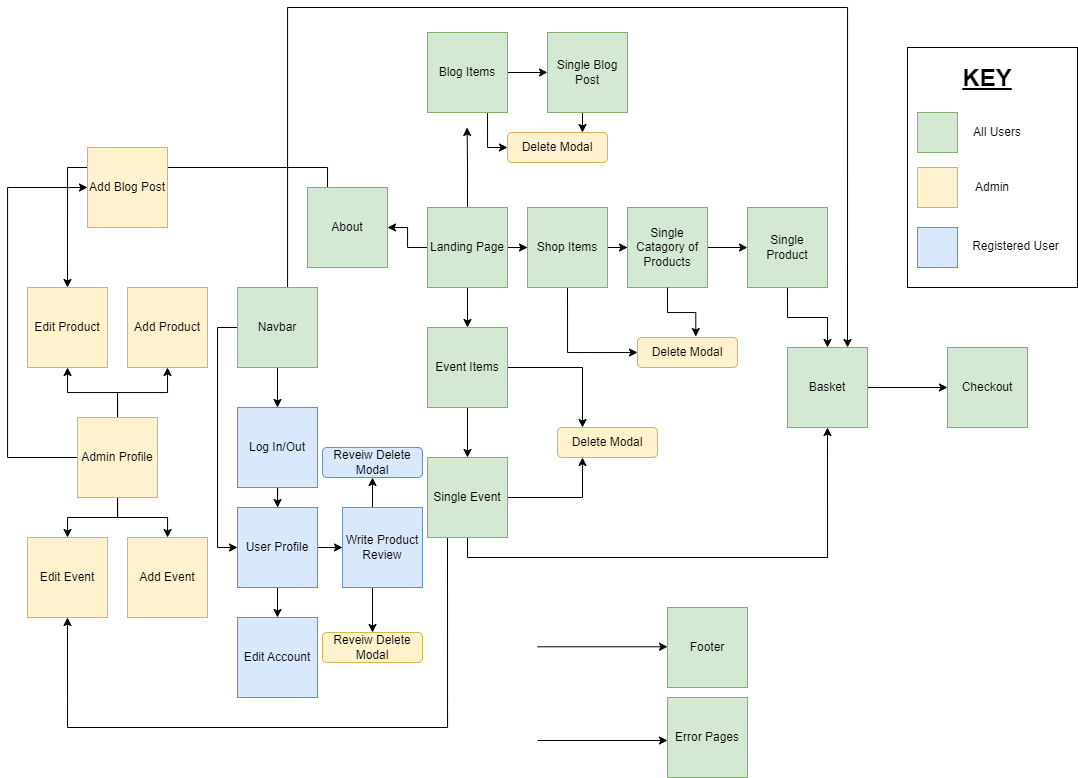
Before: documentation/design/site-flow-chart.drawio.png, a diagram exported from draw.io (kosamad/the-meadow-project). Source tidied: cells renumbered, new cells last; positions are measured from the earlier drawing's top-left corner, leaving out a move shared by most shapes. Its diagram source:
```xml
<mxGraphModel>
  <root>
    <mxCell id="0" />
    <mxCell id="1" parent="0" />
    <mxCell id="2" style="edgeStyle=orthogonalEdgeStyle;rounded=0;jettySize=auto;html=1;" parent="1" edge="1" source="6" target="9">
      <mxGeometry relative="1" as="geometry" />
    </mxCell>
    <mxCell id="3" style="edgeStyle=orthogonalEdgeStyle;rounded=0;jettySize=auto;html=1;exitX=1;exitY=0.5;exitDx=0;exitDy=0;" parent="1" edge="1" source="6" target="12">
      <mxGeometry relative="1" as="geometry" />
    </mxCell>
    <mxCell id="4" style="edgeStyle=orthogonalEdgeStyle;rounded=0;jettySize=auto;html=1;exitX=0.5;exitY=0;exitDx=0;exitDy=0;" parent="1" edge="1" source="6">
      <mxGeometry relative="1" as="geometry">
        <mxPoint x="459.6" y="120" as="targetPoint" />
      </mxGeometry>
    </mxCell>
    <mxCell id="5" style="edgeStyle=orthogonalEdgeStyle;rounded=0;jettySize=auto;html=1;entryX=1;entryY=0.5;entryDx=0;entryDy=0;" parent="1" edge="1" source="6" target="64">
      <mxGeometry relative="1" as="geometry" />
    </mxCell>
    <mxCell id="6" value="Landing Page" style="whiteSpace=wrap;html=1;fillColor=#d5e8d4;strokeColor=#82b366;" parent="1" vertex="1">
      <mxGeometry x="420" y="200" width="80" height="80" as="geometry" />
    </mxCell>
    <mxCell id="7" style="edgeStyle=orthogonalEdgeStyle;rounded=0;jettySize=auto;html=1;exitX=0.5;exitY=1;exitDx=0;exitDy=0;entryX=0.5;entryY=0;entryDx=0;entryDy=0;" parent="1" edge="1" source="9" target="21">
      <mxGeometry relative="1" as="geometry" />
    </mxCell>
    <mxCell id="8" style="edgeStyle=orthogonalEdgeStyle;rounded=0;jettySize=auto;html=1;entryX=0.25;entryY=0;entryDx=0;entryDy=0;" parent="1" edge="1" source="9" target="22">
      <mxGeometry relative="1" as="geometry" />
    </mxCell>
    <mxCell id="9" value="Event Items" style="whiteSpace=wrap;html=1;fillColor=#d5e8d4;strokeColor=#82b366;" parent="1" vertex="1">
      <mxGeometry x="420" y="320" width="80" height="80" as="geometry" />
    </mxCell>
    <mxCell id="10" style="edgeStyle=orthogonalEdgeStyle;rounded=0;jettySize=auto;html=1;exitX=1;exitY=0.5;exitDx=0;exitDy=0;" parent="1" edge="1" source="12" target="15">
      <mxGeometry relative="1" as="geometry" />
    </mxCell>
    <mxCell id="11" style="edgeStyle=orthogonalEdgeStyle;rounded=0;jettySize=auto;html=1;exitX=0.5;exitY=1;exitDx=0;exitDy=0;entryX=0;entryY=0.5;entryDx=0;entryDy=0;" parent="1" edge="1" source="12" target="16">
      <mxGeometry relative="1" as="geometry" />
    </mxCell>
    <mxCell id="12" value="Shop Items" style="whiteSpace=wrap;html=1;fillColor=#d5e8d4;strokeColor=#82b366;" parent="1" vertex="1">
      <mxGeometry x="520" y="200" width="80" height="80" as="geometry" />
    </mxCell>
    <mxCell id="13" style="edgeStyle=orthogonalEdgeStyle;rounded=0;jettySize=auto;html=1;exitX=1;exitY=0.5;exitDx=0;exitDy=0;entryX=0;entryY=0.5;entryDx=0;entryDy=0;" parent="1" edge="1" source="15" target="36">
      <mxGeometry relative="1" as="geometry" />
    </mxCell>
    <mxCell id="14" style="edgeStyle=orthogonalEdgeStyle;rounded=0;jettySize=auto;html=1;exitX=0.25;exitY=0;exitDx=0;exitDy=0;entryX=0.5;entryY=0;entryDx=0;entryDy=0;" parent="1" edge="1" source="64" target="47">
      <mxGeometry relative="1" as="geometry" />
    </mxCell>
    <mxCell id="15" value="Single Catagory of Products" style="whiteSpace=wrap;html=1;fillColor=#d5e8d4;strokeColor=#82b366;" parent="1" vertex="1">
      <mxGeometry x="620" y="200" width="80" height="80" as="geometry" />
    </mxCell>
    <mxCell id="16" value="Delete Modal" style="rounded=1;whiteSpace=wrap;html=1;fillColor=#fff2cc;strokeColor=#d6b656;" parent="1" vertex="1">
      <mxGeometry x="630" y="330" width="100" height="30" as="geometry" />
    </mxCell>
    <mxCell id="17" style="edgeStyle=orthogonalEdgeStyle;rounded=0;jettySize=auto;html=1;exitX=0.5;exitY=1;exitDx=0;exitDy=0;entryX=0.583;entryY=-0.033;entryDx=0;entryDy=0;entryPerimeter=0;" parent="1" edge="1" source="15" target="16">
      <mxGeometry relative="1" as="geometry" />
    </mxCell>
    <mxCell id="18" style="edgeStyle=orthogonalEdgeStyle;rounded=0;jettySize=auto;html=1;exitX=1;exitY=0.5;exitDx=0;exitDy=0;entryX=0.25;entryY=1;entryDx=0;entryDy=0;" parent="1" edge="1" source="21" target="22">
      <mxGeometry relative="1" as="geometry" />
    </mxCell>
    <mxCell id="19" style="edgeStyle=orthogonalEdgeStyle;rounded=0;jettySize=auto;html=1;exitX=0.5;exitY=1;exitDx=0;exitDy=0;entryX=0.5;entryY=1;entryDx=0;entryDy=0;" parent="1" edge="1" source="21" target="24">
      <mxGeometry relative="1" as="geometry" />
    </mxCell>
    <mxCell id="20" style="edgeStyle=orthogonalEdgeStyle;rounded=0;jettySize=auto;html=1;exitX=0.25;exitY=1;exitDx=0;exitDy=0;entryX=0.5;entryY=1;entryDx=0;entryDy=0;" parent="1" edge="1" source="21" target="55">
      <mxGeometry relative="1" as="geometry">
        <Array as="points">
          <mxPoint x="440" y="720" />
          <mxPoint x="60" y="720" />
        </Array>
      </mxGeometry>
    </mxCell>
    <mxCell id="21" value="Single Event" style="whiteSpace=wrap;html=1;fillColor=#d5e8d4;strokeColor=#82b366;" parent="1" vertex="1">
      <mxGeometry x="420" y="450" width="80" height="80" as="geometry" />
    </mxCell>
    <mxCell id="22" value="Delete Modal" style="rounded=1;whiteSpace=wrap;html=1;fillColor=#fff2cc;strokeColor=#d6b656;" parent="1" vertex="1">
      <mxGeometry x="550" y="420" width="100" height="30" as="geometry" />
    </mxCell>
    <mxCell id="23" style="edgeStyle=orthogonalEdgeStyle;rounded=0;jettySize=auto;html=1;entryX=0;entryY=0.5;entryDx=0;entryDy=0;" parent="1" edge="1" source="24" target="25">
      <mxGeometry relative="1" as="geometry" />
    </mxCell>
    <mxCell id="24" value="Basket" style="whiteSpace=wrap;html=1;fillColor=#d5e8d4;strokeColor=#82b366;" parent="1" vertex="1">
      <mxGeometry x="780" y="340" width="80" height="80" as="geometry" />
    </mxCell>
    <mxCell id="25" value="Checkout" style="whiteSpace=wrap;html=1;fillColor=#d5e8d4;strokeColor=#82b366;" parent="1" vertex="1">
      <mxGeometry x="940" y="340" width="80" height="80" as="geometry" />
    </mxCell>
    <mxCell id="26" style="edgeStyle=orthogonalEdgeStyle;rounded=0;jettySize=auto;html=1;entryX=0.5;entryY=1;entryDx=0;entryDy=0;" parent="1" edge="1" source="28" target="63">
      <mxGeometry relative="1" as="geometry">
        <Array as="points">
          <mxPoint x="365" y="520" />
          <mxPoint x="365" y="520" />
        </Array>
      </mxGeometry>
    </mxCell>
    <mxCell id="27" style="edgeStyle=orthogonalEdgeStyle;rounded=0;jettySize=auto;html=1;entryX=0.5;entryY=0;entryDx=0;entryDy=0;" parent="1" edge="1" source="28" target="62">
      <mxGeometry relative="1" as="geometry">
        <Array as="points">
          <mxPoint x="365" y="620" />
          <mxPoint x="365" y="620" />
        </Array>
      </mxGeometry>
    </mxCell>
    <mxCell id="28" value="Write Product Review" style="whiteSpace=wrap;html=1;fillColor=#dae8fc;strokeColor=#6c8ebf;" parent="1" vertex="1">
      <mxGeometry x="335" y="500" width="80" height="80" as="geometry" />
    </mxCell>
    <mxCell id="29" style="edgeStyle=orthogonalEdgeStyle;rounded=0;jettySize=auto;html=1;exitX=1;exitY=0.5;exitDx=0;exitDy=0;entryX=0;entryY=0.5;entryDx=0;entryDy=0;" parent="1" edge="1" source="31" target="33">
      <mxGeometry relative="1" as="geometry" />
    </mxCell>
    <mxCell id="30" style="edgeStyle=orthogonalEdgeStyle;rounded=0;jettySize=auto;html=1;exitX=0.75;exitY=1;exitDx=0;exitDy=0;entryX=0;entryY=0.5;entryDx=0;entryDy=0;" parent="1" edge="1" source="31" target="34">
      <mxGeometry relative="1" as="geometry" />
    </mxCell>
    <mxCell id="31" value="Blog Items" style="whiteSpace=wrap;html=1;fillColor=#d5e8d4;strokeColor=#82b366;" parent="1" vertex="1">
      <mxGeometry x="420" y="25" width="80" height="80" as="geometry" />
    </mxCell>
    <mxCell id="32" style="edgeStyle=orthogonalEdgeStyle;rounded=0;jettySize=auto;html=1;exitX=0.5;exitY=1;exitDx=0;exitDy=0;entryX=0.75;entryY=0;entryDx=0;entryDy=0;" parent="1" edge="1" source="33" target="34">
      <mxGeometry relative="1" as="geometry" />
    </mxCell>
    <mxCell id="33" value="Single Blog Post" style="whiteSpace=wrap;html=1;fillColor=#d5e8d4;strokeColor=#82b366;" parent="1" vertex="1">
      <mxGeometry x="540" y="25" width="80" height="80" as="geometry" />
    </mxCell>
    <mxCell id="34" value="Delete Modal" style="rounded=1;whiteSpace=wrap;html=1;fillColor=#fff2cc;strokeColor=#d6b656;" parent="1" vertex="1">
      <mxGeometry x="500" y="125" width="100" height="30" as="geometry" />
    </mxCell>
    <mxCell id="35" style="edgeStyle=orthogonalEdgeStyle;rounded=0;jettySize=auto;html=1;exitX=0.5;exitY=1;exitDx=0;exitDy=0;entryX=0.5;entryY=0;entryDx=0;entryDy=0;" parent="1" edge="1" source="36" target="24">
      <mxGeometry relative="1" as="geometry" />
    </mxCell>
    <mxCell id="36" value="Single Product" style="whiteSpace=wrap;html=1;fillColor=#d5e8d4;strokeColor=#82b366;" parent="1" vertex="1">
      <mxGeometry x="740" y="200" width="80" height="80" as="geometry" />
    </mxCell>
    <mxCell id="37" style="edgeStyle=orthogonalEdgeStyle;rounded=0;jettySize=auto;html=1;exitX=0.5;exitY=1;exitDx=0;exitDy=0;entryX=0.5;entryY=0;entryDx=0;entryDy=0;" parent="1" edge="1" source="40" target="42">
      <mxGeometry relative="1" as="geometry" />
    </mxCell>
    <mxCell id="38" style="edgeStyle=orthogonalEdgeStyle;rounded=0;jettySize=auto;html=1;exitX=0;exitY=0.5;exitDx=0;exitDy=0;entryX=0;entryY=0.5;entryDx=0;entryDy=0;" parent="1" edge="1" source="40" target="45">
      <mxGeometry relative="1" as="geometry" />
    </mxCell>
    <mxCell id="39" style="edgeStyle=orthogonalEdgeStyle;rounded=0;jettySize=auto;html=1;exitX=0.5;exitY=0;exitDx=0;exitDy=0;entryX=0.75;entryY=0;entryDx=0;entryDy=0;" parent="1" edge="1" source="40" target="24">
      <mxGeometry relative="1" as="geometry">
        <Array as="points">
          <mxPoint x="280" y="280" />
          <mxPoint x="280" />
          <mxPoint x="840" />
        </Array>
      </mxGeometry>
    </mxCell>
    <mxCell id="40" value="Navbar" style="whiteSpace=wrap;html=1;fillColor=#d5e8d4;strokeColor=#82b366;" parent="1" vertex="1">
      <mxGeometry x="230" y="280" width="80" height="80" as="geometry" />
    </mxCell>
    <mxCell id="41" style="edgeStyle=orthogonalEdgeStyle;rounded=0;jettySize=auto;html=1;exitX=0.5;exitY=1;exitDx=0;exitDy=0;" parent="1" edge="1" source="42" target="45">
      <mxGeometry relative="1" as="geometry" />
    </mxCell>
    <mxCell id="42" value="Log In/Out" style="whiteSpace=wrap;html=1;fillColor=#dae8fc;strokeColor=#6c8ebf;" parent="1" vertex="1">
      <mxGeometry x="230" y="400" width="80" height="80" as="geometry" />
    </mxCell>
    <mxCell id="43" style="edgeStyle=orthogonalEdgeStyle;rounded=0;jettySize=auto;html=1;exitX=0.5;exitY=1;exitDx=0;exitDy=0;entryX=0.5;entryY=0;entryDx=0;entryDy=0;" parent="1" edge="1" source="45" target="46">
      <mxGeometry relative="1" as="geometry" />
    </mxCell>
    <mxCell id="44" style="edgeStyle=orthogonalEdgeStyle;rounded=0;jettySize=auto;html=1;entryX=0;entryY=0.5;entryDx=0;entryDy=0;" parent="1" edge="1" source="45" target="28">
      <mxGeometry relative="1" as="geometry" />
    </mxCell>
    <mxCell id="45" value="User Profile" style="whiteSpace=wrap;html=1;fillColor=#dae8fc;strokeColor=#6c8ebf;" parent="1" vertex="1">
      <mxGeometry x="230" y="500" width="80" height="80" as="geometry" />
    </mxCell>
    <mxCell id="46" value="Edit Account" style="whiteSpace=wrap;html=1;fillColor=#dae8fc;strokeColor=#6c8ebf;" parent="1" vertex="1">
      <mxGeometry x="230" y="610" width="80" height="80" as="geometry" />
    </mxCell>
    <mxCell id="47" value="Edit Product" style="whiteSpace=wrap;html=1;fillColor=#fff2cc;strokeColor=#d6b656;" parent="1" vertex="1">
      <mxGeometry x="20" y="280" width="80" height="80" as="geometry" />
    </mxCell>
    <mxCell id="48" style="edgeStyle=orthogonalEdgeStyle;rounded=0;jettySize=auto;html=1;" parent="1" edge="1" source="53" target="47">
      <mxGeometry relative="1" as="geometry" />
    </mxCell>
    <mxCell id="49" style="edgeStyle=orthogonalEdgeStyle;rounded=0;jettySize=auto;html=1;" parent="1" edge="1" source="53" target="54">
      <mxGeometry relative="1" as="geometry" />
    </mxCell>
    <mxCell id="50" style="edgeStyle=orthogonalEdgeStyle;rounded=0;jettySize=auto;html=1;entryX=0.5;entryY=0;entryDx=0;entryDy=0;" parent="1" edge="1" source="53" target="55">
      <mxGeometry relative="1" as="geometry" />
    </mxCell>
    <mxCell id="51" style="edgeStyle=orthogonalEdgeStyle;rounded=0;jettySize=auto;html=1;entryX=0.5;entryY=1;entryDx=0;entryDy=0;" parent="1" edge="1" source="53" target="56">
      <mxGeometry relative="1" as="geometry" />
    </mxCell>
    <mxCell id="52" style="edgeStyle=orthogonalEdgeStyle;rounded=0;jettySize=auto;html=1;entryX=0;entryY=0.5;entryDx=0;entryDy=0;" parent="1" edge="1" source="53" target="57">
      <mxGeometry relative="1" as="geometry">
        <Array as="points">
          <mxPoint y="450" />
          <mxPoint y="180" />
        </Array>
      </mxGeometry>
    </mxCell>
    <mxCell id="53" value="Admin Profile" style="whiteSpace=wrap;html=1;fillColor=#fff2cc;strokeColor=#d6b656;" parent="1" vertex="1">
      <mxGeometry x="70" y="410" width="80" height="80" as="geometry" />
    </mxCell>
    <mxCell id="54" value="Add Event" style="whiteSpace=wrap;html=1;fillColor=#fff2cc;strokeColor=#d6b656;" parent="1" vertex="1">
      <mxGeometry x="120" y="530" width="80" height="80" as="geometry" />
    </mxCell>
    <mxCell id="55" value="Edit Event" style="whiteSpace=wrap;html=1;fillColor=#fff2cc;strokeColor=#d6b656;" parent="1" vertex="1">
      <mxGeometry x="20" y="530" width="80" height="80" as="geometry" />
    </mxCell>
    <mxCell id="56" value="Add Product" style="whiteSpace=wrap;html=1;fillColor=#fff2cc;strokeColor=#d6b656;" parent="1" vertex="1">
      <mxGeometry x="120" y="280" width="80" height="80" as="geometry" />
    </mxCell>
    <mxCell id="57" value="Add Blog Post" style="whiteSpace=wrap;html=1;fillColor=#fff2cc;strokeColor=#d6b656;" parent="1" vertex="1">
      <mxGeometry x="80" y="140" width="80" height="80" as="geometry" />
    </mxCell>
    <mxCell id="58" value="Footer" style="whiteSpace=wrap;html=1;fillColor=#d5e8d4;strokeColor=#82b366;" parent="1" vertex="1">
      <mxGeometry x="660" y="600" width="80" height="80" as="geometry" />
    </mxCell>
    <mxCell id="59" value="Error Pages" style="whiteSpace=wrap;html=1;fillColor=#d5e8d4;strokeColor=#82b366;" parent="1" vertex="1">
      <mxGeometry x="660" y="690" width="80" height="80" as="geometry" />
    </mxCell>
    <mxCell id="60" style="endArrow=classic;html=1;rounded=0;" parent="1" edge="1">
      <mxGeometry relative="1" as="geometry">
        <mxPoint x="530" y="733" as="sourcePoint" />
        <mxPoint x="660" y="733" as="targetPoint" />
      </mxGeometry>
    </mxCell>
    <mxCell id="61" style="endArrow=classic;html=1;rounded=0;" parent="1" edge="1">
      <mxGeometry relative="1" as="geometry">
        <mxPoint x="530" y="639.3" as="sourcePoint" />
        <mxPoint x="660" y="639.3" as="targetPoint" />
      </mxGeometry>
    </mxCell>
    <mxCell id="62" value="Reveiw Delete Modal" style="rounded=1;whiteSpace=wrap;html=1;fillColor=#fff2cc;strokeColor=#d6b656;" parent="1" vertex="1">
      <mxGeometry x="315" y="625" width="100" height="30" as="geometry" />
    </mxCell>
    <mxCell id="63" value="Reveiw Delete Modal" style="rounded=1;whiteSpace=wrap;html=1;fillColor=#dae8fc;strokeColor=#6c8ebf;" parent="1" vertex="1">
      <mxGeometry x="315" y="440" width="100" height="30" as="geometry" />
    </mxCell>
    <mxCell id="64" value="About" style="whiteSpace=wrap;html=1;fillColor=#d5e8d4;strokeColor=#82b366;" parent="1" vertex="1">
      <mxGeometry x="300" y="180" width="80" height="80" as="geometry" />
    </mxCell>
    <mxCell id="65" value="&lt;h1 style=&quot;&quot;&gt;&lt;br&gt;&lt;/h1&gt;" style="rounded=0;whiteSpace=wrap;html=1;" parent="1" vertex="1">
      <mxGeometry x="900" y="40" width="170" height="240" as="geometry" />
    </mxCell>
    <mxCell id="66" style="whiteSpace=wrap;html=1;fillColor=#fff2cc;strokeColor=#d6b656;" parent="1" vertex="1">
      <mxGeometry x="910" y="160" width="40" height="40" as="geometry" />
    </mxCell>
    <mxCell id="67" value="Admin" style="text;html=1;align=center;verticalAlign=middle;whiteSpace=wrap;rounded=0;" parent="1" vertex="1">
      <mxGeometry x="955" y="165" width="60" height="30" as="geometry" />
    </mxCell>
    <mxCell id="68" value="&lt;h1 style=&quot;margin-top: 0px;&quot;&gt;&lt;u&gt;KEY&lt;/u&gt;&lt;/h1&gt;" style="text;html=1;whiteSpace=wrap;overflow=hidden;rounded=0;align=center;" parent="1" vertex="1">
      <mxGeometry x="895" y="50" width="170" height="120" as="geometry" />
    </mxCell>
    <mxCell id="69" style="whiteSpace=wrap;html=1;fillColor=#d5e8d4;strokeColor=#82b366;" parent="1" vertex="1">
      <mxGeometry x="910" y="105" width="40" height="40" as="geometry" />
    </mxCell>
    <mxCell id="70" value="All Users" style="text;html=1;align=center;verticalAlign=middle;whiteSpace=wrap;rounded=0;" parent="1" vertex="1">
      <mxGeometry x="960" y="110" width="60" height="30" as="geometry" />
    </mxCell>
    <mxCell id="71" style="whiteSpace=wrap;html=1;fillColor=#dae8fc;strokeColor=#6c8ebf;" parent="1" vertex="1">
      <mxGeometry x="910" y="220" width="40" height="40" as="geometry" />
    </mxCell>
    <mxCell id="72" value="Registered User" style="text;html=1;align=center;verticalAlign=middle;whiteSpace=wrap;rounded=0;" parent="1" vertex="1">
      <mxGeometry x="957" y="224" width="103" height="30" as="geometry" />
    </mxCell>
  </root>
</mxGraphModel>
```
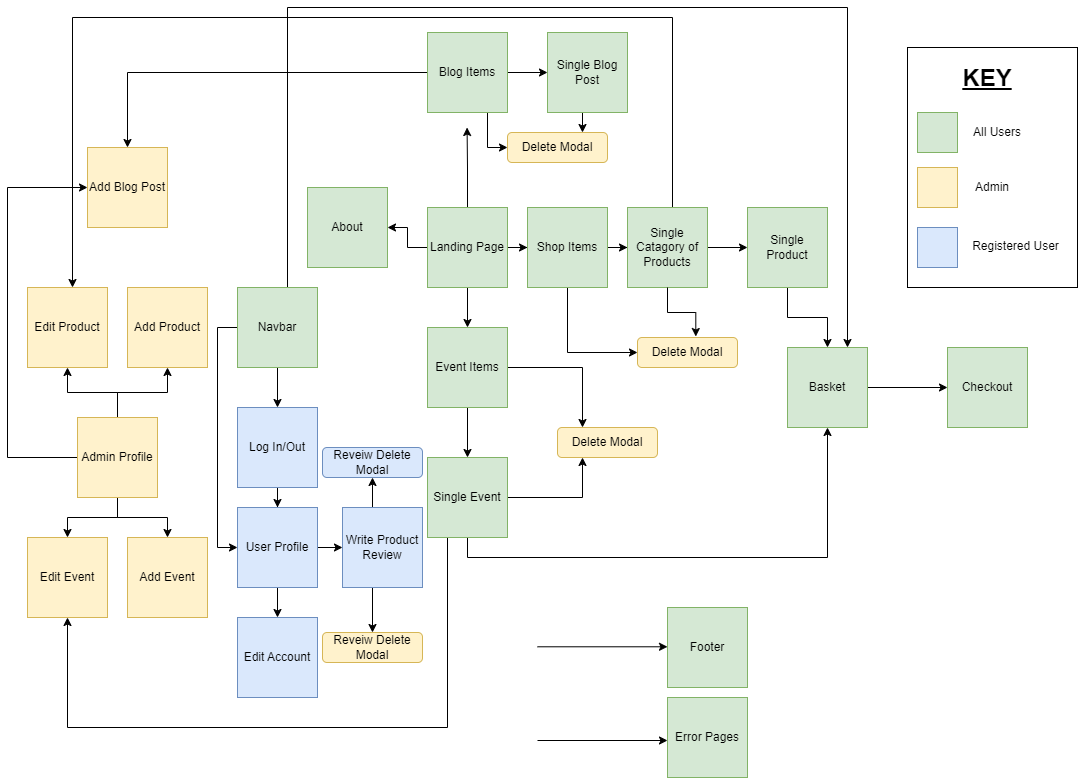
Above is the later version.

What changed in the source:
```diff
@@ -40,9 +40,16 @@
     <mxCell id="13" style="edgeStyle=orthogonalEdgeStyle;rounded=0;jettySize=auto;html=1;exitX=1;exitY=0.5;exitDx=0;exitDy=0;entryX=0;entryY=0.5;entryDx=0;entryDy=0;" parent="1" edge="1" source="15" target="36">
       <mxGeometry relative="1" as="geometry" />
     </mxCell>
-    <mxCell id="14" style="edgeStyle=orthogonalEdgeStyle;rounded=0;jettySize=auto;html=1;exitX=0.25;exitY=0;exitDx=0;exitDy=0;entryX=0.5;entryY=0;entryDx=0;entryDy=0;" parent="1" edge="1" source="64" target="47">
-      <mxGeometry relative="1" as="geometry" />
-    </mxCell>
+    <mxCell id="73" style="edgeStyle=orthogonalEdgeStyle;rounded=0;orthogonalLoop=1;jettySize=auto;html=1;entryX=0.5;entryY=0;entryDx=0;entryDy=0;" parent="1" edge="1">
+      <mxGeometry relative="1" as="geometry">
+        <mxPoint x="665" y="200" as="sourcePoint" />
+        <mxPoint x="65" y="280" as="targetPoint" />
+        <Array as="points">
+          <mxPoint x="665" y="10" />
+          <mxPoint x="65" y="10" />
+        </Array>
+      </mxGeometry>
+    </mxCell>
     <mxCell id="15" value="Single Catagory of Products" style="whiteSpace=wrap;html=1;fillColor=#d5e8d4;strokeColor=#82b366;" parent="1" vertex="1">
       <mxGeometry x="620" y="200" width="80" height="80" as="geometry" />
     </mxCell>
@@ -106,6 +113,9 @@
     <mxCell id="30" style="edgeStyle=orthogonalEdgeStyle;rounded=0;jettySize=auto;html=1;exitX=0.75;exitY=1;exitDx=0;exitDy=0;entryX=0;entryY=0.5;entryDx=0;entryDy=0;" parent="1" edge="1" source="31" target="34">
       <mxGeometry relative="1" as="geometry" />
     </mxCell>
+    <mxCell id="74" style="edgeStyle=orthogonalEdgeStyle;rounded=0;jettySize=auto;html=1;exitX=0;exitY=0.5;exitDx=0;exitDy=0;entryX=0.5;entryY=0;entryDx=0;entryDy=0;" parent="1" edge="1" source="31" target="57">
+      <mxGeometry relative="1" as="geometry" />
+    </mxCell>
     <mxCell id="31" value="Blog Items" style="whiteSpace=wrap;html=1;fillColor=#d5e8d4;strokeColor=#82b366;" parent="1" vertex="1">
       <mxGeometry x="420" y="25" width="80" height="80" as="geometry" />
     </mxCell>
```
